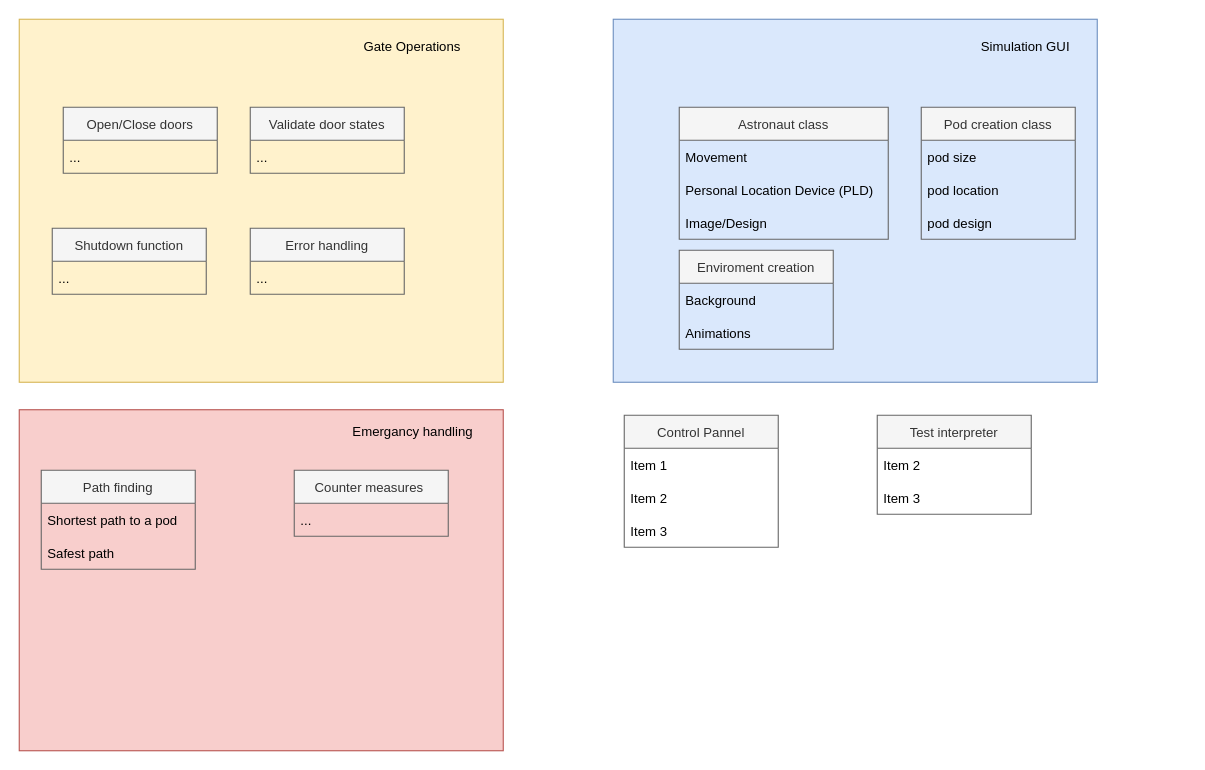
Earlier version of the draw.io diagram Documents/modules.drawio (bensmithyx/W3_Simulator). Source tidied: cells renumbered, new cells numbered last; positions are measured from the earlier drawing's top-left corner, leaving out a move shared by most shapes. Both pictures are drawn from the tidied source at 110%, with x=0, y=0 at pixel (19, 19).
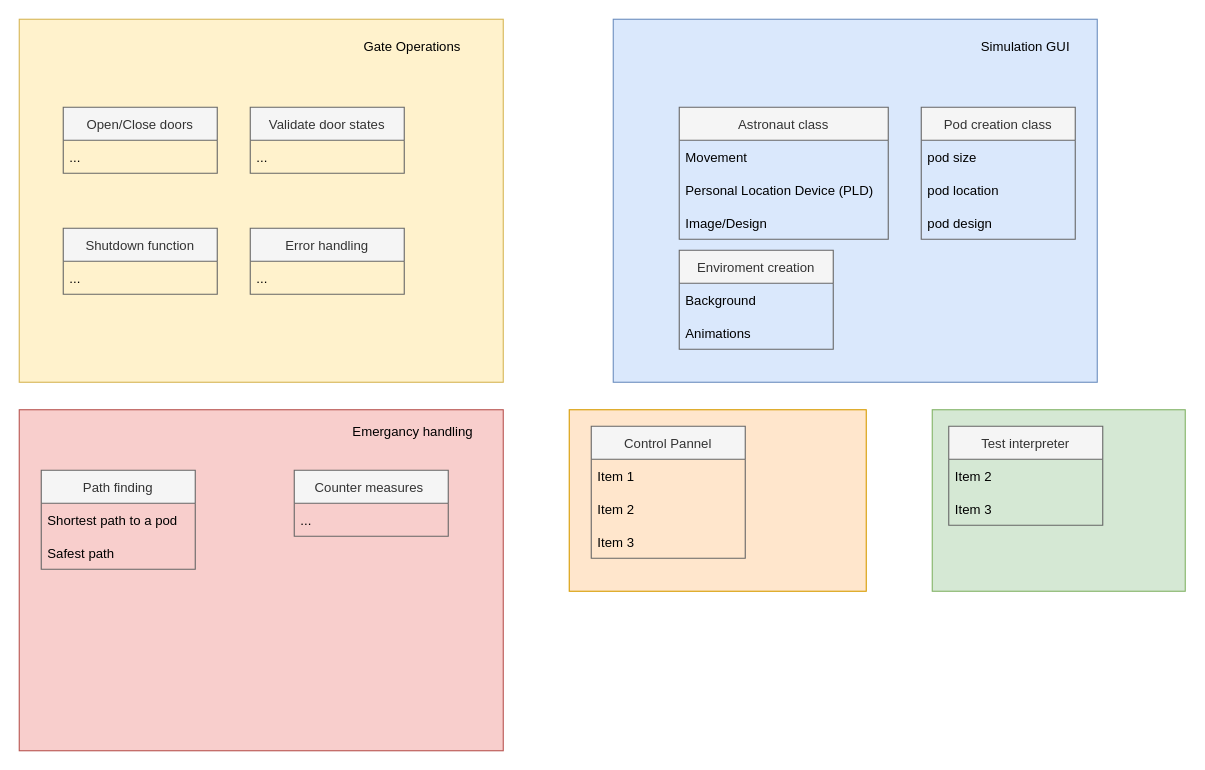
After the change.

Change to the diagram source:
```diff
@@
+    <mxCell id="39" style="rounded=0;whiteSpace=wrap;html=1;fillColor=#d5e8d4;strokeColor=#82b366;" parent="1" vertex="1">
+      <mxGeometry x="830" y="355" width="230" height="165" as="geometry" />
+    </mxCell>
+    <mxCell id="40" style="rounded=0;whiteSpace=wrap;html=1;fillColor=#ffe6cc;strokeColor=#d79b00;" parent="1" vertex="1">
+      <mxGeometry x="500" y="355" width="270" height="165" as="geometry" />
+    </mxCell>
@@
     <mxCell id="5" value="Control Pannel" style="swimlane;fontStyle=0;horizontal=1;startSize=30;fillColor=#f5f5f5;fontColor=#333333;strokeColor=#666666;" parent="1" vertex="1">
-      <mxGeometry x="550" y="360" width="140" height="120" as="geometry" />
+      <mxGeometry x="520" y="370" width="140" height="120" as="geometry" />
     </mxCell>
@@
     <mxCell id="11" value="Test interpreter" style="swimlane;fontStyle=0;horizontal=1;startSize=30;fillColor=#f5f5f5;fontColor=#333333;strokeColor=#666666;" parent="1" vertex="1">
-      <mxGeometry x="780" y="360" width="140" height="90" as="geometry" />
+      <mxGeometry x="845" y="370" width="140" height="90" as="geometry" />
     </mxCell>
@@
     <mxCell id="25" value="Shutdown function" style="swimlane;fontStyle=0;horizontal=1;startSize=30;fillColor=#f5f5f5;fontColor=#333333;strokeColor=#666666;" parent="1" vertex="1">
-      <mxGeometry x="30" y="190" width="140" height="60" as="geometry" />
+      <mxGeometry x="40" y="190" width="140" height="60" as="geometry" />
     </mxCell>
```
